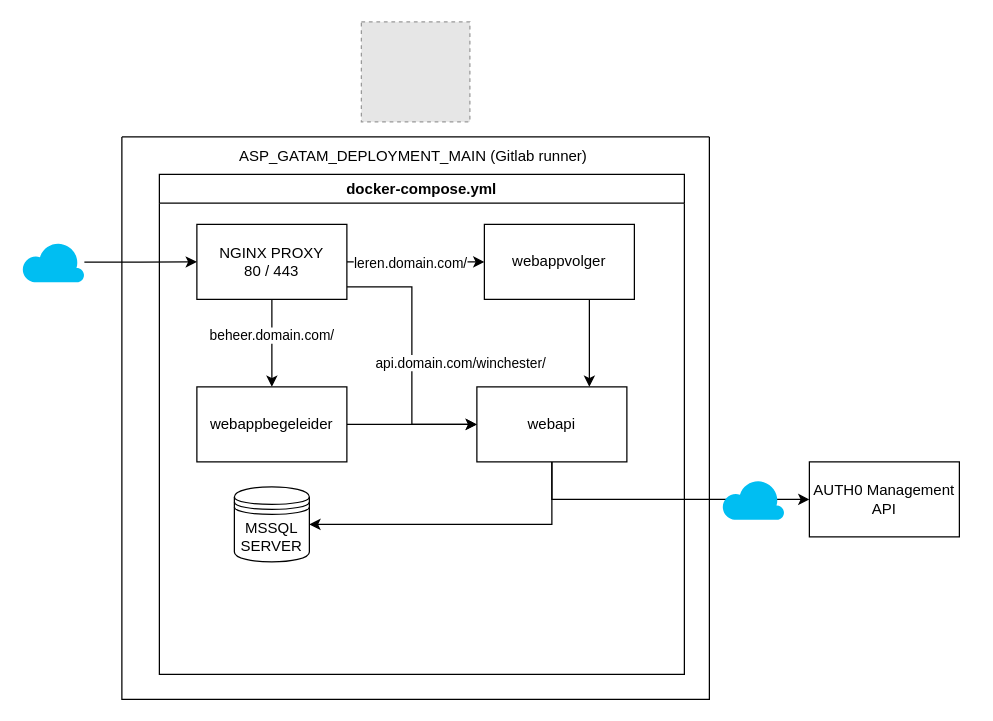
This is Docs/assets/Diagrammen/SetupDiagram.drawio from Zpulse12/ASP-GATAM, a draw.io file, before an edit. Source tidied: cells renumbered, new cells numbered last; positions are measured from the earlier drawing's top-left corner, leaving out a move shared by most shapes. Both pictures are drawn from the tidied source at 125%, with x=0, y=0 at pixel (21, 21). Pictures stored in the file or linked from it are replaced by grey dashed boxes.
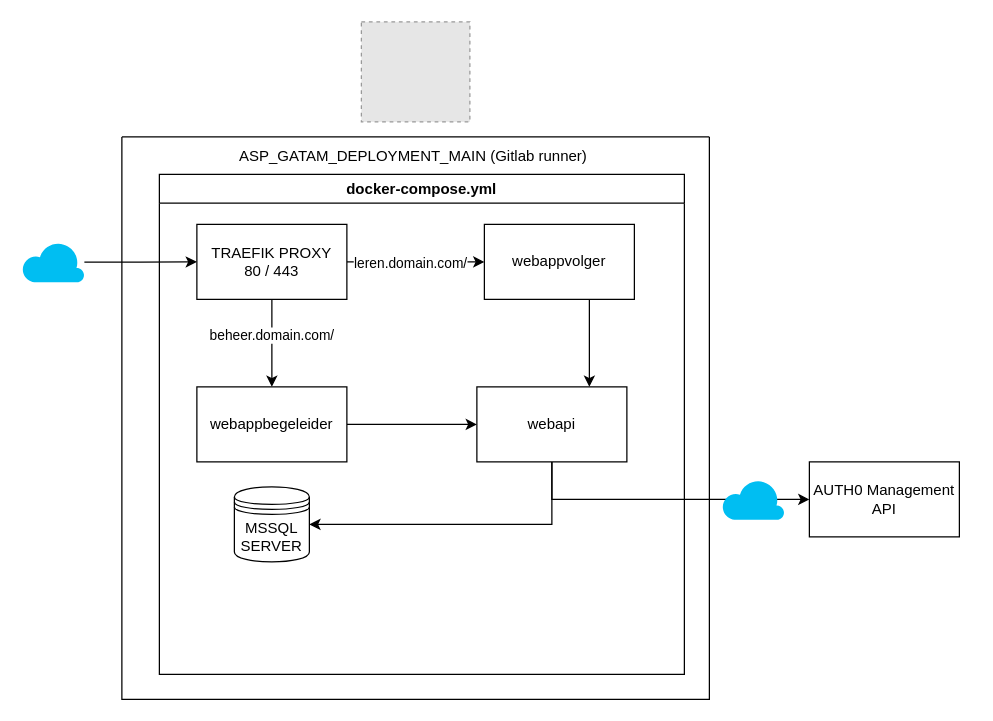
The same diagram, later.

The change refers to these unchanged cells:
```xml
<mxCell id="5" value="docker-compose.yml" style="swimlane;whiteSpace=wrap;html=1;" parent="4" vertex="1">
  <mxGeometry x="30" y="30" width="420" height="400" as="geometry" />
</mxCell>
<mxCell id="8" value="webapi" style="rounded=0;whiteSpace=wrap;html=1;" parent="5" vertex="1">
  <mxGeometry x="254" y="170" width="120" height="60" as="geometry" />
</mxCell>
```

Diff of the diagram source:
```diff
@@
-    <mxCell id="13" style="edgeStyle=orthogonalEdgeStyle;rounded=0;jettySize=auto;html=1;entryX=0;entryY=0.5;entryDx=0;entryDy=0;" parent="5" edge="1" source="15" target="8">
-      <mxGeometry relative="1" as="geometry">
-        <Array as="points">
-          <mxPoint x="202" y="90" />
-          <mxPoint x="202" y="200" />
-        </Array>
-      </mxGeometry>
-    </mxCell>
-    <mxCell id="14" value="api.domain.com/winchester/" style="edgeLabel;html=1;align=center;verticalAlign=middle;" parent="13" vertex="1">
-      <mxGeometry x="-0.11" y="-1" relative="1" as="geometry">
-        <mxPoint x="39" y="17" as="offset" />
-      </mxGeometry>
-    </mxCell>
-    <mxCell id="15" value="NGINX PROXY&lt;br&gt;80 / 443" style="rounded=0;whiteSpace=wrap;html=1;" parent="5" vertex="1">
+    <mxCell id="15" value="TRAEFIK PROXY&lt;br&gt;80 / 443" style="rounded=0;whiteSpace=wrap;html=1;" parent="5" vertex="1">
       <mxGeometry x="30" y="40" width="120" height="60" as="geometry" />
     </mxCell>
```
